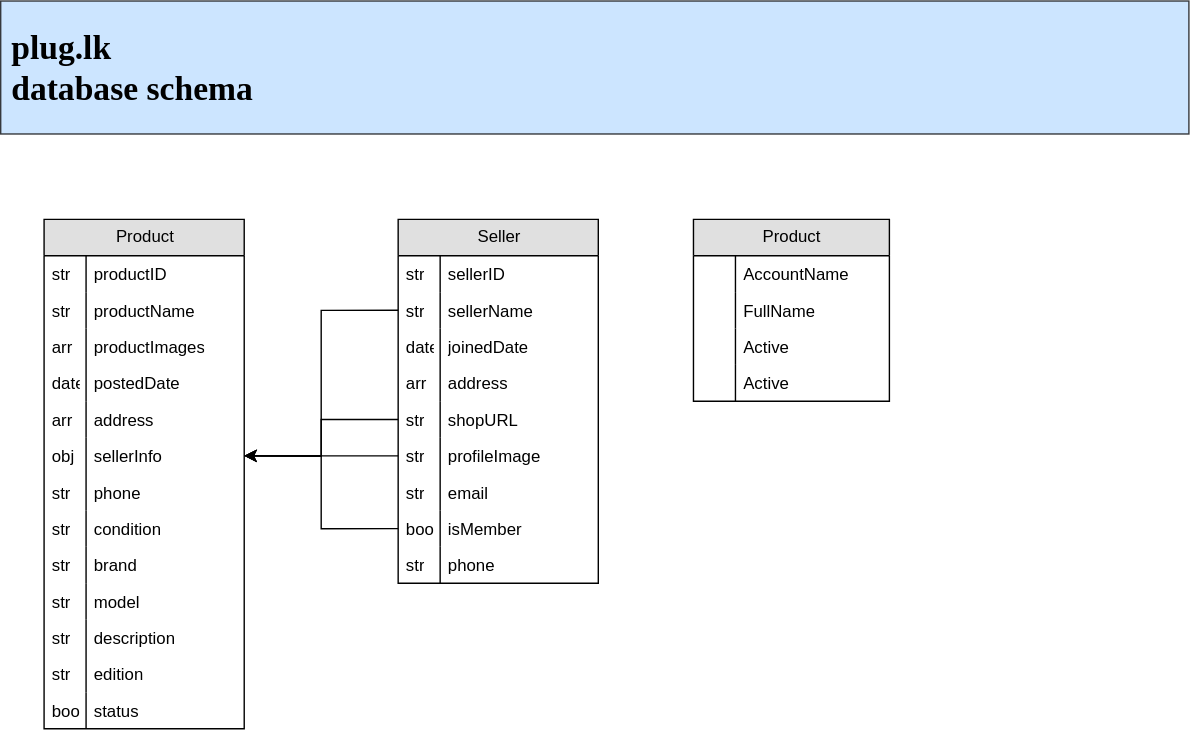
This is design/schema.svg from Thusara-Senanayake/plug.lk-api, a draw.io export, as it was before one commit. Source tidied: cells renumbered, new cells last; positions are measured from the earlier drawing's top-left corner, leaving out a move shared by most shapes.
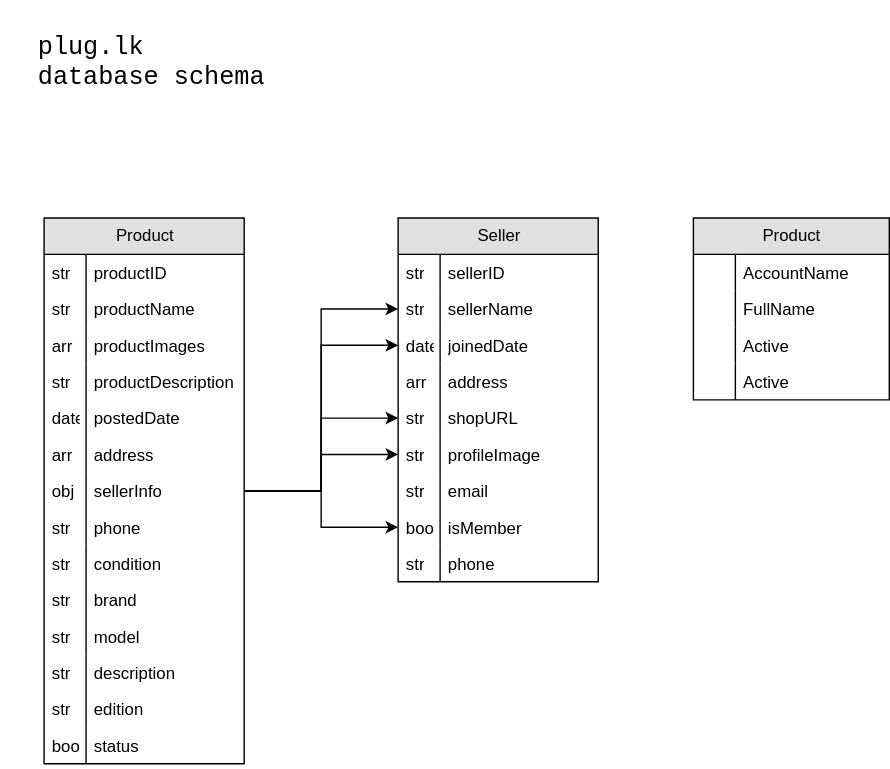
After the commit.

The edit, as a diff of the source:
```diff
@@ -3,7 +3,7 @@
     <mxCell id="0" />
     <mxCell id="1" parent="0" />
     <mxCell id="2" value="Product" style="swimlane;html=1;fontStyle=0;horizontal=1;startSize=26;fillColor=#e0e0e0;swimlaneFillColor=#ffffff;" parent="1" vertex="1">
-      <mxGeometry x="31" y="156" width="143" height="364" as="geometry" />
+      <mxGeometry x="31" y="156" width="143" height="390" as="geometry" />
     </mxCell>
     <mxCell id="3" value="productID" style="shape=partialRectangle;top=0;left=0;right=0;bottom=0;html=1;align=left;verticalAlign=top;fillColor=none;spacingLeft=34;spacingRight=4;whiteSpace=wrap;overflow=hidden;" parent="2" vertex="1">
       <mxGeometry y="26" width="143" height="26" as="geometry" />
@@ -23,68 +23,74 @@
     <mxCell id="8" value="arr" style="shape=partialRectangle;top=0;left=0;bottom=0;html=1;fillColor=none;align=left;verticalAlign=top;spacingLeft=4;spacingRight=4;whiteSpace=wrap;overflow=hidden;" parent="7" vertex="1">
       <mxGeometry width="30" height="26" as="geometry" />
     </mxCell>
+    <mxCell id="62" value="productDescription" style="shape=partialRectangle;top=0;left=0;right=0;bottom=0;html=1;align=left;verticalAlign=top;fillColor=none;spacingLeft=34;spacingRight=4;whiteSpace=wrap;overflow=hidden;" parent="2" vertex="1">
+      <mxGeometry y="104" width="143" height="26" as="geometry" />
+    </mxCell>
+    <mxCell id="63" value="str" style="shape=partialRectangle;top=0;left=0;bottom=0;html=1;fillColor=none;align=left;verticalAlign=top;spacingLeft=4;spacingRight=4;whiteSpace=wrap;overflow=hidden;" parent="62" vertex="1">
+      <mxGeometry width="30" height="26" as="geometry" />
+    </mxCell>
     <mxCell id="9" value="postedDate" style="shape=partialRectangle;top=0;left=0;right=0;bottom=0;html=1;align=left;verticalAlign=top;fillColor=none;spacingLeft=34;spacingRight=4;whiteSpace=wrap;overflow=hidden;" parent="2" vertex="1">
-      <mxGeometry y="104" width="143" height="26" as="geometry" />
+      <mxGeometry y="130" width="143" height="26" as="geometry" />
     </mxCell>
     <mxCell id="10" value="date" style="shape=partialRectangle;top=0;left=0;bottom=0;html=1;fillColor=none;align=left;verticalAlign=top;spacingLeft=4;spacingRight=4;whiteSpace=wrap;overflow=hidden;" parent="9" vertex="1">
       <mxGeometry width="30" height="26" as="geometry" />
     </mxCell>
     <mxCell id="11" value="address" style="shape=partialRectangle;top=0;left=0;right=0;bottom=0;html=1;align=left;verticalAlign=top;fillColor=none;spacingLeft=34;spacingRight=4;whiteSpace=wrap;overflow=hidden;" parent="2" vertex="1">
-      <mxGeometry y="130" width="143" height="26" as="geometry" />
+      <mxGeometry y="156" width="143" height="26" as="geometry" />
     </mxCell>
     <mxCell id="12" value="arr" style="shape=partialRectangle;top=0;left=0;bottom=0;html=1;fillColor=none;align=left;verticalAlign=top;spacingLeft=4;spacingRight=4;whiteSpace=wrap;overflow=hidden;" parent="11" vertex="1">
       <mxGeometry width="30" height="26" as="geometry" />
     </mxCell>
     <mxCell id="13" value="sellerInfo" style="shape=partialRectangle;top=0;left=0;right=0;bottom=0;html=1;align=left;verticalAlign=top;fillColor=none;spacingLeft=34;spacingRight=4;whiteSpace=wrap;overflow=hidden;points=[[0,0.5],[1,0.5]];portConstraint=eastwest;" parent="2" vertex="1">
-      <mxGeometry y="156" width="143" height="26" as="geometry" />
+      <mxGeometry y="182" width="143" height="26" as="geometry" />
     </mxCell>
     <mxCell id="14" value="obj" style="shape=partialRectangle;top=0;left=0;bottom=0;html=1;fillColor=none;align=left;verticalAlign=top;spacingLeft=4;spacingRight=4;whiteSpace=wrap;overflow=hidden;" parent="13" vertex="1">
       <mxGeometry width="30" height="26" as="geometry" />
     </mxCell>
     <mxCell id="15" value="phone" style="shape=partialRectangle;top=0;left=0;right=0;bottom=0;html=1;align=left;verticalAlign=top;fillColor=none;spacingLeft=34;spacingRight=4;whiteSpace=wrap;overflow=hidden;" parent="2" vertex="1">
-      <mxGeometry y="182" width="143" height="26" as="geometry" />
+      <mxGeometry y="208" width="143" height="26" as="geometry" />
     </mxCell>
     <mxCell id="16" value="str" style="shape=partialRectangle;top=0;left=0;bottom=0;html=1;fillColor=none;align=left;verticalAlign=top;spacingLeft=4;spacingRight=4;whiteSpace=wrap;overflow=hidden;" parent="15" vertex="1">
       <mxGeometry width="30" height="26" as="geometry" />
     </mxCell>
     <mxCell id="17" value="condition&lt;span style=&quot;white-space: pre&quot;&gt;&#9;&lt;/span&gt;&lt;span style=&quot;white-space: pre&quot;&gt;&#9;&lt;/span&gt;" style="shape=partialRectangle;top=0;left=0;right=0;bottom=0;html=1;align=left;verticalAlign=top;fillColor=none;spacingLeft=34;spacingRight=4;whiteSpace=wrap;overflow=hidden;" parent="2" vertex="1">
-      <mxGeometry y="208" width="143" height="26" as="geometry" />
+      <mxGeometry y="234" width="143" height="26" as="geometry" />
     </mxCell>
     <mxCell id="18" value="str" style="shape=partialRectangle;top=0;left=0;bottom=0;html=1;fillColor=none;align=left;verticalAlign=top;spacingLeft=4;spacingRight=4;whiteSpace=wrap;overflow=hidden;" parent="17" vertex="1">
       <mxGeometry width="30" height="26" as="geometry" />
     </mxCell>
     <mxCell id="19" value="brand" style="shape=partialRectangle;top=0;left=0;right=0;bottom=0;html=1;align=left;verticalAlign=top;fillColor=none;spacingLeft=34;spacingRight=4;whiteSpace=wrap;overflow=hidden;" parent="2" vertex="1">
-      <mxGeometry y="234" width="143" height="26" as="geometry" />
+      <mxGeometry y="260" width="143" height="26" as="geometry" />
     </mxCell>
     <mxCell id="20" value="str" style="shape=partialRectangle;top=0;left=0;bottom=0;html=1;fillColor=none;align=left;verticalAlign=top;spacingLeft=4;spacingRight=4;whiteSpace=wrap;overflow=hidden;" parent="19" vertex="1">
       <mxGeometry width="30" height="26" as="geometry" />
     </mxCell>
     <mxCell id="21" value="model" style="shape=partialRectangle;top=0;left=0;right=0;bottom=0;html=1;align=left;verticalAlign=top;fillColor=none;spacingLeft=34;spacingRight=4;whiteSpace=wrap;overflow=hidden;" parent="2" vertex="1">
-      <mxGeometry y="260" width="143" height="26" as="geometry" />
+      <mxGeometry y="286" width="143" height="26" as="geometry" />
     </mxCell>
     <mxCell id="22" value="str" style="shape=partialRectangle;top=0;left=0;bottom=0;html=1;fillColor=none;align=left;verticalAlign=top;spacingLeft=4;spacingRight=4;whiteSpace=wrap;overflow=hidden;" parent="21" vertex="1">
       <mxGeometry width="30" height="26" as="geometry" />
     </mxCell>
     <mxCell id="23" value="description" style="shape=partialRectangle;top=0;left=0;right=0;bottom=0;html=1;align=left;verticalAlign=top;fillColor=none;spacingLeft=34;spacingRight=4;whiteSpace=wrap;overflow=hidden;" parent="2" vertex="1">
-      <mxGeometry y="286" width="143" height="26" as="geometry" />
+      <mxGeometry y="312" width="143" height="26" as="geometry" />
     </mxCell>
     <mxCell id="24" value="str" style="shape=partialRectangle;top=0;left=0;bottom=0;html=1;fillColor=none;align=left;verticalAlign=top;spacingLeft=4;spacingRight=4;whiteSpace=wrap;overflow=hidden;" parent="23" vertex="1">
       <mxGeometry width="30" height="26" as="geometry" />
     </mxCell>
     <mxCell id="25" value="edition" style="shape=partialRectangle;top=0;left=0;right=0;bottom=0;html=1;align=left;verticalAlign=top;fillColor=none;spacingLeft=34;spacingRight=4;whiteSpace=wrap;overflow=hidden;" parent="2" vertex="1">
-      <mxGeometry y="312" width="143" height="26" as="geometry" />
+      <mxGeometry y="338" width="143" height="26" as="geometry" />
     </mxCell>
     <mxCell id="26" value="str" style="shape=partialRectangle;top=0;left=0;bottom=0;html=1;fillColor=none;align=left;verticalAlign=top;spacingLeft=4;spacingRight=4;whiteSpace=wrap;overflow=hidden;" parent="25" vertex="1">
       <mxGeometry width="30" height="26" as="geometry" />
     </mxCell>
     <mxCell id="27" value="status" style="shape=partialRectangle;top=0;left=0;right=0;bottom=0;html=1;align=left;verticalAlign=top;fillColor=none;spacingLeft=34;spacingRight=4;whiteSpace=wrap;overflow=hidden;" parent="2" vertex="1">
-      <mxGeometry y="338" width="143" height="26" as="geometry" />
+      <mxGeometry y="364" width="143" height="26" as="geometry" />
     </mxCell>
     <mxCell id="28" value="boolean&lt;span style=&quot;white-space: pre&quot;&gt;&#9;&lt;/span&gt;" style="shape=partialRectangle;top=0;left=0;bottom=0;html=1;fillColor=none;align=left;verticalAlign=top;spacingLeft=4;spacingRight=4;whiteSpace=wrap;overflow=hidden;" parent="27" vertex="1">
       <mxGeometry width="30" height="26" as="geometry" />
     </mxCell>
-    <mxCell id="29" value="&lt;h1&gt;&lt;font face=&quot;Verdana&quot;&gt;&lt;span&gt;&amp;nbsp;plug.lk&lt;br&gt;&lt;/span&gt;&lt;span&gt;&amp;nbsp;database schema&lt;/span&gt;&lt;/font&gt;&lt;/h1&gt;" style="rounded=0;whiteSpace=wrap;html=1;fillColor=#cce5ff;strokeColor=#36393d;align=left;" parent="1" vertex="1">
-      <mxGeometry width="849" height="95" as="geometry" />
+    <mxCell id="29" value="&lt;pre style=&quot;text-align: left ; font-size: 18px&quot;&gt;&lt;span&gt;plug.lk&lt;br&gt;&lt;/span&gt;&lt;span&gt;database schema&lt;/span&gt;&lt;/pre&gt;" style="rounded=0;whiteSpace=wrap;html=1;dashed=1;strokeColor=none;" parent="1" vertex="1">
+      <mxGeometry y="1" width="216" height="87" as="geometry" />
     </mxCell>
     <mxCell id="30" value="Product" style="swimlane;html=1;fontStyle=0;horizontal=1;startSize=26;fillColor=#e0e0e0;swimlaneFillColor=#ffffff;" parent="1" vertex="1">
       <mxGeometry x="495" y="156" width="140" height="130" as="geometry" />
@@ -170,17 +176,20 @@
     <mxCell id="57" value="str" style="shape=partialRectangle;top=0;left=0;bottom=0;html=1;fillColor=none;align=left;verticalAlign=top;spacingLeft=4;spacingRight=4;whiteSpace=wrap;overflow=hidden;" parent="56" vertex="1">
       <mxGeometry width="30" height="26" as="geometry" />
     </mxCell>
-    <mxCell id="58" style="edgeStyle=orthogonalEdgeStyle;rounded=0;jettySize=auto;html=1;exitX=0;exitY=0.5;exitDx=0;exitDy=0;entryX=1;entryY=0.5;entryDx=0;entryDy=0;" parent="1" edge="1" source="42" target="13">
-      <mxGeometry relative="1" as="geometry" />
-    </mxCell>
-    <mxCell id="59" style="edgeStyle=orthogonalEdgeStyle;rounded=0;jettySize=auto;html=1;exitX=0;exitY=0.5;exitDx=0;exitDy=0;entryX=1;entryY=0.5;entryDx=0;entryDy=0;" parent="1" edge="1" source="54" target="13">
-      <mxGeometry relative="1" as="geometry" />
-    </mxCell>
-    <mxCell id="60" style="edgeStyle=orthogonalEdgeStyle;rounded=0;jettySize=auto;html=1;exitX=0;exitY=0.5;exitDx=0;exitDy=0;entryX=1;entryY=0.5;entryDx=0;entryDy=0;" parent="1" edge="1" source="50" target="13">
-      <mxGeometry relative="1" as="geometry" />
-    </mxCell>
-    <mxCell id="61" style="edgeStyle=orthogonalEdgeStyle;rounded=0;jettySize=auto;html=1;exitX=0;exitY=0.5;exitDx=0;exitDy=0;entryX=1;entryY=0.5;entryDx=0;entryDy=0;" parent="1" edge="1" source="48" target="13">
-      <mxGeometry relative="1" as="geometry" />
-    </mxCell>
+    <mxCell id="64" style="edgeStyle=orthogonalEdgeStyle;rounded=0;jettySize=auto;html=1;exitX=1;exitY=0.5;exitDx=0;exitDy=0;startArrow=none;startFill=0;endArrow=classic;endFill=1;entryX=0;entryY=0.5;entryDx=0;entryDy=0;" parent="1" edge="1" source="13" target="42">
+      <mxGeometry relative="1" as="geometry" />
+    </mxCell>
+    <mxCell id="65" style="edgeStyle=orthogonalEdgeStyle;rounded=0;jettySize=auto;html=1;exitX=1;exitY=0.5;exitDx=0;exitDy=0;entryX=0;entryY=0.5;entryDx=0;entryDy=0;startArrow=none;startFill=0;endArrow=classic;endFill=1;" parent="1" edge="1" source="13" target="44">
+      <mxGeometry relative="1" as="geometry" />
+    </mxCell>
+    <mxCell id="66" style="edgeStyle=orthogonalEdgeStyle;rounded=0;jettySize=auto;html=1;exitX=1;exitY=0.5;exitDx=0;exitDy=0;entryX=0;entryY=0.5;entryDx=0;entryDy=0;startArrow=none;startFill=0;endArrow=classic;endFill=1;" parent="1" edge="1" source="13" target="48">
+      <mxGeometry relative="1" as="geometry" />
+    </mxCell>
+    <mxCell id="67" style="edgeStyle=orthogonalEdgeStyle;rounded=0;jettySize=auto;html=1;exitX=1;exitY=0.5;exitDx=0;exitDy=0;entryX=0;entryY=0.5;entryDx=0;entryDy=0;startArrow=none;startFill=0;endArrow=classic;endFill=1;" parent="1" edge="1" source="13" target="50">
+      <mxGeometry relative="1" as="geometry" />
+    </mxCell>
+    <mxCell id="68" style="edgeStyle=orthogonalEdgeStyle;rounded=0;jettySize=auto;html=1;exitX=1;exitY=0.5;exitDx=0;exitDy=0;entryX=0;entryY=0.5;entryDx=0;entryDy=0;startArrow=none;startFill=0;endArrow=classic;endFill=1;" parent="1" edge="1" source="13" target="54">
+      <mxGeometry relative="1" as="geometry" />
+    </mxCell>
   </root>
 </mxGraphModel>
```
